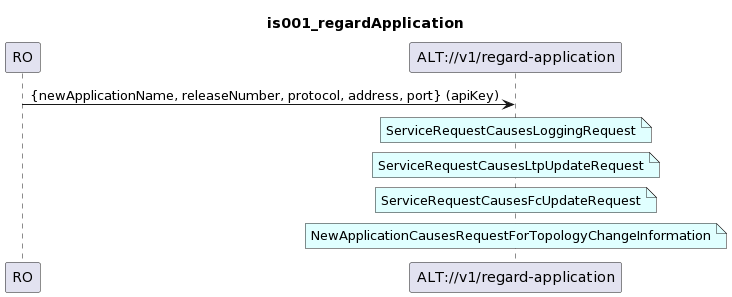
The PlantUML diagram spec/diagrams/ServiceView/is001_regardApplication.png in openBackhaul/ApplicationLayerTopology, before a commit.
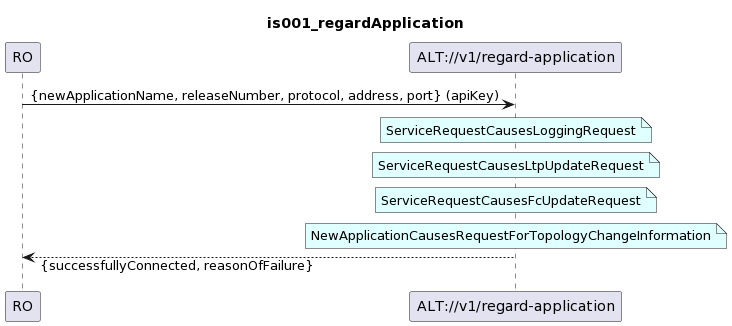
The same diagram one commit later.

Commit message:
Add response of /v1/regard-application in is001_regardApplication (fixes #508)

The edit, as a diff of the source:
```diff
@@ -25,4 +25,6 @@
 note over alt #LightCyan
 NewApplicationCausesRequestForTopologyChangeInformation
 end note
+
+ro <-- alt : {successfullyConnected, reasonOfFailure}
 @enduml
```
